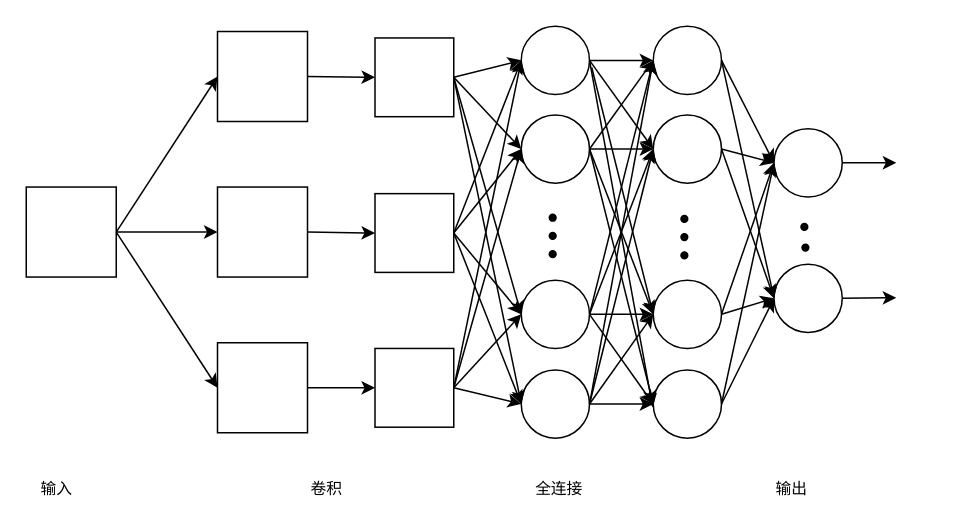
Before: 卷积神经网络.drawio in Liz606/Liz-todos, a draw.io diagram. Source tidied: cells renumbered, new cells numbered last; positions are measured from the earlier drawing's top-left corner, leaving out a move shared by most shapes. Both pictures are drawn from the tidied source at 150%, with x=0, y=0 at pixel (26, 26).
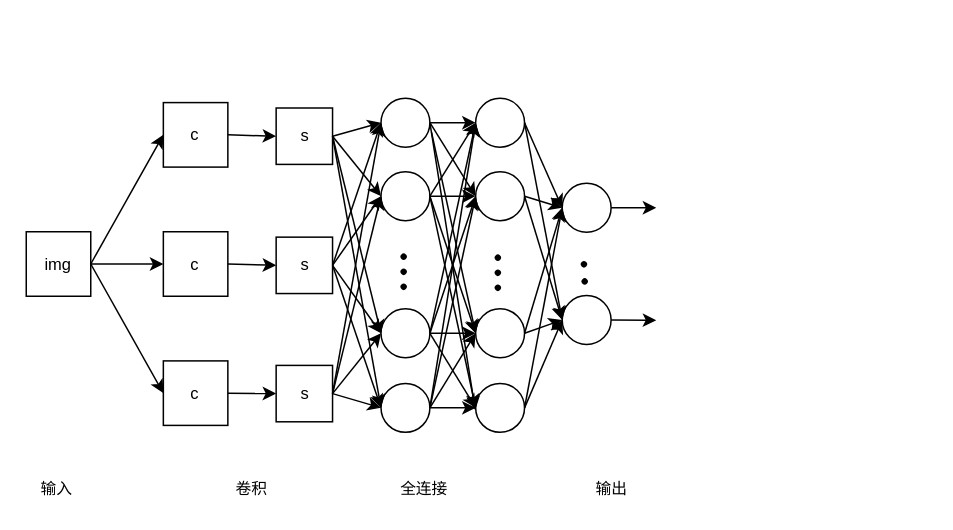
Above is the later version.

Commit message (it also covers changes not shown here):
更新卷积神经网络.drawio

Change to the diagram source:
```diff
@@
     <mxCell id="2" value="卷积" style="text;html=1;align=center;verticalAlign=middle;labelBorderColor=none;fontSize=10.5;" parent="1" vertex="1">
-      <mxGeometry x="180" y="298" width="40" height="20" as="geometry" />
+      <mxGeometry x="130" y="298" width="40" height="20" as="geometry" />
     </mxCell>
     <mxCell id="3" value="全连接" style="text;html=1;align=center;verticalAlign=middle;labelBorderColor=none;fontSize=10.5;" parent="1" vertex="1">
-      <mxGeometry x="330" y="298" width="50" height="20" as="geometry" />
+      <mxGeometry x="240" y="298" width="50" height="20" as="geometry" />
     </mxCell>
     <mxCell id="4" value="输出" style="text;html=1;align=center;verticalAlign=middle;labelBorderColor=none;fontSize=10.5;" parent="1" vertex="1">
-      <mxGeometry x="490" y="298" width="40" height="20" as="geometry" />
+      <mxGeometry x="370" y="298" width="40" height="20" as="geometry" />
     </mxCell>
@@
+    <mxCell id="78" style="group;" parent="1" vertex="1">
+      <mxGeometry y="48" width="430" height="233.6" as="geometry" />
+    </mxCell>
-    <mxCell id="6" style="group;" parent="1" vertex="1">
-      <mxGeometry width="600" height="281.6" as="geometry" />
+    <mxCell id="6" style="group;" parent="78" vertex="1">
+      <mxGeometry width="430" height="233.6" as="geometry" />
     </mxCell>
-    <mxCell id="7" style="whiteSpace=wrap;html=1;rounded=0;fontSize=11;strokeWidth=1;labelBackgroundColor=#ffffff;endArrow=classic;" parent="6" vertex="1">
-      <mxGeometry y="107.2" width="60" height="60" as="geometry" />
+    <mxCell id="7" value="img" style="whiteSpace=wrap;html=1;rounded=0;fontSize=11;strokeWidth=1;labelBackgroundColor=#ffffff;endArrow=classic;" parent="6" vertex="1">
+      <mxGeometry y="89" width="43" height="43" as="geometry" />
     </mxCell>
-    <mxCell id="8" style="whiteSpace=wrap;html=1;rounded=0;fontSize=11;strokeWidth=1;labelBackgroundColor=#ffffff;endArrow=classic;" parent="6" vertex="1">
-      <mxGeometry x="127.5" y="3.5" width="60" height="60" as="geometry" />
+    <mxCell id="8" value="c" style="whiteSpace=wrap;html=1;rounded=0;fontSize=11;strokeWidth=1;labelBackgroundColor=#ffffff;endArrow=classic;" parent="6" vertex="1">
+      <mxGeometry x="91.4" y="2.9" width="43" height="43" as="geometry" />
     </mxCell>
@@
-    <mxCell id="10" style="whiteSpace=wrap;html=1;rounded=0;fontSize=11;strokeWidth=1;labelBackgroundColor=#ffffff;endArrow=classic;" parent="6" vertex="1">
-      <mxGeometry x="127.5" y="107.2" width="60" height="60" as="geometry" />
+    <mxCell id="10" value="c" style="whiteSpace=wrap;html=1;rounded=0;fontSize=11;strokeWidth=1;labelBackgroundColor=#ffffff;endArrow=classic;" parent="6" vertex="1">
+      <mxGeometry x="91.4" y="89" width="43" height="43" as="geometry" />
     </mxCell>
@@
-    <mxCell id="13" style="whiteSpace=wrap;html=1;rounded=0;fontSize=11;strokeWidth=1;labelBackgroundColor=#ffffff;endArrow=classic;" parent="6" vertex="1">
-      <mxGeometry x="127.5" y="211" width="60" height="60" as="geometry" />
+    <mxCell id="13" value="c" style="whiteSpace=wrap;html=1;rounded=0;fontSize=11;strokeWidth=1;labelBackgroundColor=#ffffff;endArrow=classic;" parent="6" vertex="1">
+      <mxGeometry x="91.4" y="175.1" width="43" height="43" as="geometry" />
     </mxCell>
@@
-    <mxCell id="15" style="whiteSpace=wrap;html=1;rounded=0;fontSize=11;strokeWidth=1;labelBackgroundColor=#ffffff;endArrow=classic;" parent="6" vertex="1">
-      <mxGeometry x="232.5" y="7.8" width="52.5" height="52.5" as="geometry" />
+    <mxCell id="15" value="s" style="whiteSpace=wrap;html=1;rounded=0;fontSize=11;strokeWidth=1;labelBackgroundColor=#ffffff;endArrow=classic;" parent="6" vertex="1">
+      <mxGeometry x="166.6" y="6.5" width="37.6" height="37.6" as="geometry" />
     </mxCell>
@@
-    <mxCell id="18" style="whiteSpace=wrap;html=1;rounded=0;fontSize=11;strokeWidth=1;labelBackgroundColor=#ffffff;endArrow=classic;" parent="6" vertex="1">
-      <mxGeometry x="232.5" y="111.6" width="52.5" height="52.5" as="geometry" />
+    <mxCell id="18" value="s" style="whiteSpace=wrap;html=1;rounded=0;fontSize=11;strokeWidth=1;labelBackgroundColor=#ffffff;endArrow=classic;" parent="6" vertex="1">
+      <mxGeometry x="166.6" y="92.6" width="37.6" height="37.6" as="geometry" />
     </mxCell>
@@
-    <mxCell id="20" style="whiteSpace=wrap;html=1;rounded=0;fontSize=11;strokeWidth=1;labelBackgroundColor=#ffffff;endArrow=classic;" parent="6" vertex="1">
-      <mxGeometry x="232.5" y="214.8" width="52.5" height="52.5" as="geometry" />
+    <mxCell id="20" value="s" style="whiteSpace=wrap;html=1;rounded=0;fontSize=11;strokeWidth=1;labelBackgroundColor=#ffffff;endArrow=classic;" parent="6" vertex="1">
+      <mxGeometry x="166.6" y="178.1" width="37.6" height="37.6" as="geometry" />
     </mxCell>
@@
     <mxCell id="22" style="ellipse;whiteSpace=wrap;html=1;strokeWidth=1;" parent="6" vertex="1">
-      <mxGeometry x="330" width="45.5" height="45.5" as="geometry" />
+      <mxGeometry x="236.5" width="32.6" height="32.6" as="geometry" />
     </mxCell>
@@
     <mxCell id="25" style="ellipse;whiteSpace=wrap;html=1;strokeWidth=1;" parent="6" vertex="1">
-      <mxGeometry x="330" y="59.1" width="45.5" height="45.5" as="geometry" />
+      <mxGeometry x="236.5" y="49" width="32.6" height="32.6" as="geometry" />
     </mxCell>
@@
     <mxCell id="29" style="ellipse;whiteSpace=wrap;html=1;strokeWidth=1;" parent="6" vertex="1">
-      <mxGeometry x="330" y="169.3" width="45.5" height="45.5" as="geometry" />
+      <mxGeometry x="236.5" y="140.4" width="32.6" height="32.6" as="geometry" />
     </mxCell>
@@
     <mxCell id="33" style="ellipse;whiteSpace=wrap;html=1;strokeWidth=1;" parent="6" vertex="1">
-      <mxGeometry x="330" y="229.1" width="45.5" height="45.5" as="geometry" />
+      <mxGeometry x="236.5" y="190.1" width="32.6" height="32.6" as="geometry" />
     </mxCell>
@@
     <mxCell id="37" style="ellipse;whiteSpace=wrap;html=1;strokeWidth=1;" parent="6" vertex="1">
-      <mxGeometry x="418" width="45.5" height="45.5" as="geometry" />
+      <mxGeometry x="299.6" width="32.6" height="32.6" as="geometry" />
     </mxCell>
     <mxCell id="38" style="edgeStyle=none;rounded=0;jettySize=auto;html=1;exitX=1;exitY=0.5;exitDx=0;exitDy=0;strokeWidth=1;entryX=0;entryY=0.5;entryDx=0;entryDy=0;" parent="6" edge="1" source="33" target="37">
-      <mxGeometry x="330" as="geometry" />
+      <mxGeometry x="236.5" as="geometry" />
     </mxCell>
     <mxCell id="39" style="edgeStyle=none;rounded=0;jettySize=auto;html=1;exitX=1;exitY=0.5;exitDx=0;exitDy=0;entryX=0;entryY=0.5;entryDx=0;entryDy=0;strokeWidth=1;" parent="6" edge="1" source="22" target="37">
-      <mxGeometry x="330" as="geometry" />
+      <mxGeometry x="236.5" as="geometry" />
     </mxCell>
     <mxCell id="40" style="edgeStyle=none;rounded=0;jettySize=auto;html=1;entryX=0;entryY=0.5;entryDx=0;entryDy=0;strokeWidth=1;exitX=1;exitY=0.5;exitDx=0;exitDy=0;" parent="6" edge="1" source="25" target="37">
-      <mxGeometry x="330" as="geometry" />
+      <mxGeometry x="236.5" as="geometry" />
     </mxCell>
     <mxCell id="41" style="ellipse;whiteSpace=wrap;html=1;strokeWidth=1;" parent="6" vertex="1">
-      <mxGeometry x="418" y="169.3" width="45.5" height="45.5" as="geometry" />
+      <mxGeometry x="299.6" y="140.4" width="32.6" height="32.6" as="geometry" />
     </mxCell>
     <mxCell id="42" style="rounded=0;jettySize=auto;html=1;entryX=0;entryY=0.5;entryDx=0;entryDy=0;strokeWidth=1;exitX=1;exitY=0.5;exitDx=0;exitDy=0;" parent="6" edge="1" source="25" target="41">
-      <mxGeometry x="330" as="geometry" />
+      <mxGeometry x="236.5" as="geometry" />
     </mxCell>
     <mxCell id="43" style="edgeStyle=none;rounded=0;jettySize=auto;html=1;exitX=1;exitY=0.5;exitDx=0;exitDy=0;entryX=0;entryY=0.5;entryDx=0;entryDy=0;strokeWidth=1;" parent="6" edge="1" source="33" target="41">
-      <mxGeometry x="330" as="geometry" />
+      <mxGeometry x="236.5" as="geometry" />
     </mxCell>
     <mxCell id="44" style="ellipse;whiteSpace=wrap;html=1;strokeWidth=1;" parent="6" vertex="1">
-      <mxGeometry x="418" y="229.1" width="45.5" height="45.5" as="geometry" />
+      <mxGeometry x="299.6" y="190.1" width="32.6" height="32.6" as="geometry" />
     </mxCell>
     <mxCell id="45" style="ellipse;whiteSpace=wrap;html=1;strokeWidth=1;" parent="6" vertex="1">
-      <mxGeometry x="498.5" y="68.3" width="45.5" height="45.5" as="geometry" />
+      <mxGeometry x="357.3" y="56.7" width="32.6" height="32.6" as="geometry" />
     </mxCell>
     <mxCell id="46" style="edgeStyle=none;rounded=0;jettySize=auto;html=1;exitX=1;exitY=0.5;exitDx=0;exitDy=0;entryX=0;entryY=0.5;entryDx=0;entryDy=0;strokeWidth=1;" parent="6" edge="1" source="41" target="45">
-      <mxGeometry x="330" as="geometry" />
+      <mxGeometry x="236.5" as="geometry" />
     </mxCell>
     <mxCell id="47" style="ellipse;whiteSpace=wrap;html=1;strokeWidth=1;" parent="6" vertex="1">
-      <mxGeometry x="498.5" y="158.6" width="45.5" height="45.5" as="geometry" />
+      <mxGeometry x="357.3" y="131.5" width="32.6" height="32.6" as="geometry" />
     </mxCell>
     <mxCell id="48" style="edgeStyle=none;rounded=0;jettySize=auto;html=1;exitX=1;exitY=0.5;exitDx=0;exitDy=0;strokeWidth=1;entryX=0;entryY=0.5;entryDx=0;entryDy=0;" parent="6" edge="1" source="37" target="47">
-      <mxGeometry x="330" as="geometry" />
+      <mxGeometry x="236.5" as="geometry" />
     </mxCell>
     <mxCell id="49" style="edgeStyle=none;rounded=0;jettySize=auto;html=1;strokeWidth=1;entryX=0;entryY=0.5;entryDx=0;entryDy=0;" parent="6" edge="1" target="41">
-      <mxGeometry x="330" as="geometry">
-        <mxPoint x="377" y="27.5" as="sourcePoint" />
+      <mxGeometry x="236.5" as="geometry">
+        <mxPoint x="270.2" y="22.8" as="sourcePoint" />
       </mxGeometry>
     </mxCell>
     <mxCell id="50" style="edgeStyle=none;rounded=0;jettySize=auto;html=1;exitX=1;exitY=0.5;exitDx=0;exitDy=0;strokeWidth=1;entryX=0;entryY=0.5;entryDx=0;entryDy=0;" parent="6" edge="1" source="44" target="47">
-      <mxGeometry x="330" as="geometry" />
+      <mxGeometry x="236.5" as="geometry" />
     </mxCell>
     <mxCell id="51" style="edgeStyle=none;rounded=0;jettySize=auto;html=1;entryX=0;entryY=0.5;entryDx=0;entryDy=0;strokeWidth=1;exitX=1;exitY=0.5;exitDx=0;exitDy=0;" parent="6" edge="1" source="44" target="45">
-      <mxGeometry x="330" as="geometry" />
+      <mxGeometry x="236.5" as="geometry" />
     </mxCell>
     <mxCell id="52" style="edgeStyle=none;rounded=0;jettySize=auto;html=1;exitX=1;exitY=0.5;exitDx=0;exitDy=0;strokeWidth=1;entryX=0;entryY=0.5;entryDx=0;entryDy=0;" parent="6" edge="1" source="41" target="47">
-      <mxGeometry x="330" as="geometry" />
+      <mxGeometry x="236.5" as="geometry" />
     </mxCell>
     <mxCell id="53" style="edgeStyle=none;rounded=0;jettySize=auto;html=1;exitX=1;exitY=0.5;exitDx=0;exitDy=0;strokeWidth=1;entryX=0;entryY=0.5;entryDx=0;entryDy=0;" parent="6" edge="1" source="37" target="45">
-      <mxGeometry x="330" as="geometry" />
+      <mxGeometry x="236.5" as="geometry" />
     </mxCell>
     <mxCell id="54" style="edgeStyle=none;rounded=0;jettySize=auto;html=1;exitX=1;exitY=0.5;exitDx=0;exitDy=0;strokeWidth=1;entryX=0;entryY=0.5;entryDx=0;entryDy=0;" parent="6" edge="1" source="29" target="41">
-      <mxGeometry x="330" as="geometry" />
+      <mxGeometry x="236.5" as="geometry" />
     </mxCell>
     <mxCell id="55" style="edgeStyle=none;rounded=0;jettySize=auto;html=1;exitX=1;exitY=0.5;exitDx=0;exitDy=0;strokeWidth=1;entryX=0;entryY=0.5;entryDx=0;entryDy=0;" parent="6" edge="1" source="29" target="37">
-      <mxGeometry x="330" as="geometry" />
+      <mxGeometry x="236.5" as="geometry" />
     </mxCell>
     <mxCell id="56" style="edgeStyle=none;rounded=0;jettySize=auto;html=1;exitX=1;exitY=0.5;exitDx=0;exitDy=0;entryX=0;entryY=0.5;entryDx=0;entryDy=0;strokeWidth=1;" parent="6" edge="1" source="29" target="44">
-      <mxGeometry x="330" as="geometry" />
+      <mxGeometry x="236.5" as="geometry" />
     </mxCell>
     <mxCell id="57" style="edgeStyle=none;rounded=0;jettySize=auto;html=1;exitX=1;exitY=0.5;exitDx=0;exitDy=0;strokeWidth=1;entryX=0;entryY=0.5;entryDx=0;entryDy=0;" parent="6" edge="1" source="25" target="44">
-      <mxGeometry x="330" as="geometry" />
+      <mxGeometry x="236.5" as="geometry" />
     </mxCell>
     <mxCell id="58" style="edgeStyle=none;rounded=0;jettySize=auto;html=1;exitX=1;exitY=0.5;exitDx=0;exitDy=0;entryX=0;entryY=0.5;entryDx=0;entryDy=0;strokeWidth=1;" parent="6" edge="1" source="33" target="44">
-      <mxGeometry x="330" as="geometry" />
+      <mxGeometry x="236.5" as="geometry" />
     </mxCell>
     <mxCell id="59" style="edgeStyle=none;rounded=0;jettySize=auto;html=1;exitX=1;exitY=0.5;exitDx=0;exitDy=0;strokeWidth=1;entryX=-0.008;entryY=0.548;entryDx=0;entryDy=0;entryPerimeter=0;" parent="6" edge="1" source="22" target="44">
-      <mxGeometry x="330" as="geometry" />
+      <mxGeometry x="236.5" as="geometry" />
     </mxCell>
     <mxCell id="60" style="edgeStyle=none;rounded=0;jettySize=auto;html=1;exitX=1;exitY=0.5;exitDx=0;exitDy=0;entryX=0;entryY=0.5;entryDx=0;entryDy=0;strokeWidth=1;" parent="6" edge="1" source="62" target="47">
-      <mxGeometry x="330" as="geometry" />
+      <mxGeometry x="236.5" as="geometry" />
     </mxCell>
     <mxCell id="61" style="edgeStyle=none;rounded=0;jettySize=auto;html=1;exitX=1;exitY=0.5;exitDx=0;exitDy=0;strokeWidth=1;entryX=0;entryY=0.5;entryDx=0;entryDy=0;" parent="6" edge="1" source="62" target="45">
-      <mxGeometry x="330" as="geometry" />
+      <mxGeometry x="236.5" as="geometry" />
     </mxCell>
     <mxCell id="62" style="ellipse;whiteSpace=wrap;html=1;strokeWidth=1;" parent="6" vertex="1">
-      <mxGeometry x="418" y="59.1" width="45.5" height="45.5" as="geometry" />
+      <mxGeometry x="299.6" y="49" width="32.6" height="32.6" as="geometry" />
     </mxCell>
     <mxCell id="63" style="group;rotation=45;" parent="6" vertex="1">
-      <mxGeometry x="341.2" y="128.9" width="19.5" height="22.5" as="geometry" />
+      <mxGeometry x="244.6" y="106.9" width="14" height="18.7" as="geometry" />
     </mxCell>
     <mxCell id="64" style="ellipse;whiteSpace=wrap;html=1;strokeWidth=1;labelBackgroundColor=#000000;fillColor=#000000;rotation=45;" parent="63" vertex="1">
-      <mxGeometry x="7.5" y="-3.5" width="4.5" height="4.5" as="geometry" />
+      <mxGeometry x="5.4" y="-2.9" width="3.2" height="3.2" as="geometry" />
     </mxCell>
     <mxCell id="65" style="ellipse;whiteSpace=wrap;html=1;strokeWidth=1;labelBackgroundColor=#000000;fillColor=#000000;rotation=45;" parent="63" vertex="1">
-      <mxGeometry x="7.5" y="8.6" width="4.5" height="4.5" as="geometry" />
+      <mxGeometry x="5.4" y="7.2" width="3.2" height="3.2" as="geometry" />
     </mxCell>
     <mxCell id="66" style="ellipse;whiteSpace=wrap;html=1;strokeWidth=1;labelBackgroundColor=#000000;fillColor=#000000;direction=south;rotation=45;" parent="63" vertex="1">
-      <mxGeometry x="7.5" y="20.8" width="4.5" height="4.5" as="geometry" />
+      <mxGeometry x="5.4" y="17.2" width="3.2" height="3.2" as="geometry" />
     </mxCell>
     <mxCell id="67" style="group;rotation=45;" parent="6" vertex="1">
-      <mxGeometry x="429" y="129.7" width="19.5" height="22.5" as="geometry" />
+      <mxGeometry x="307.4" y="107.6" width="14" height="18.7" as="geometry" />
     </mxCell>
     <mxCell id="68" style="ellipse;whiteSpace=wrap;html=1;strokeWidth=1;labelBackgroundColor=#000000;fillColor=#000000;rotation=45;" parent="67" vertex="1">
-      <mxGeometry x="7.5" y="-3.5" width="4.5" height="4.5" as="geometry" />
+      <mxGeometry x="5.4" y="-2.9" width="3.2" height="3.2" as="geometry" />
     </mxCell>
     <mxCell id="69" style="ellipse;whiteSpace=wrap;html=1;strokeWidth=1;labelBackgroundColor=#000000;fillColor=#000000;rotation=45;" parent="67" vertex="1">
-      <mxGeometry x="7.5" y="8.6" width="4.5" height="4.5" as="geometry" />
+      <mxGeometry x="5.4" y="7.2" width="3.2" height="3.2" as="geometry" />
     </mxCell>
     <mxCell id="70" style="ellipse;whiteSpace=wrap;html=1;strokeWidth=1;labelBackgroundColor=#000000;fillColor=#000000;direction=south;rotation=45;" parent="67" vertex="1">
-      <mxGeometry x="7.5" y="20.8" width="4.5" height="4.5" as="geometry" />
+      <mxGeometry x="5.4" y="17.2" width="3.2" height="3.2" as="geometry" />
     </mxCell>
     <mxCell id="71" style="ellipse;whiteSpace=wrap;html=1;strokeWidth=1;labelBackgroundColor=#000000;fillColor=#000000;rotation=45;" parent="6" vertex="1">
-      <mxGeometry x="516.5" y="131.5" width="4.5" height="4.5" as="geometry" />
+      <mxGeometry x="370.2" y="109.1" width="3.2" height="3.2" as="geometry" />
     </mxCell>
     <mxCell id="72" style="ellipse;whiteSpace=wrap;html=1;strokeWidth=1;labelBackgroundColor=#000000;fillColor=#000000;rotation=45;" parent="6" vertex="1">
-      <mxGeometry x="517.2" y="145.3" width="4.5" height="4.5" as="geometry" />
+      <mxGeometry x="370.7" y="120.5" width="3.2" height="3.2" as="geometry" />
     </mxCell>
     <mxCell id="73" style="edgeStyle=none;rounded=0;jettySize=auto;html=1;exitX=1;exitY=0.5;exitDx=0;exitDy=0;entryX=0;entryY=0.5;entryDx=0;entryDy=0;strokeWidth=1;" parent="6" edge="1" source="22" target="62">
-      <mxGeometry x="330" as="geometry" />
+      <mxGeometry x="236.5" as="geometry" />
     </mxCell>
     <mxCell id="74" style="edgeStyle=none;rounded=0;jettySize=auto;html=1;exitX=1;exitY=0.5;exitDx=0;exitDy=0;entryX=0;entryY=0.5;entryDx=0;entryDy=0;strokeWidth=1;" parent="6" edge="1" source="25" target="62">
-      <mxGeometry x="330" as="geometry" />
+      <mxGeometry x="236.5" as="geometry" />
     </mxCell>
     <mxCell id="75" style="edgeStyle=none;rounded=0;jettySize=auto;html=1;exitX=1;exitY=0.5;exitDx=0;exitDy=0;entryX=0;entryY=0.5;entryDx=0;entryDy=0;strokeWidth=1;" parent="6" edge="1" source="33" target="62">
-      <mxGeometry x="330" as="geometry" />
+      <mxGeometry x="236.5" as="geometry" />
     </mxCell>
-    <mxCell id="76" style="edgeStyle=none;rounded=0;jettySize=auto;html=1;exitX=1;exitY=0.5;exitDx=0;exitDy=0;strokeWidth=1;fontSize=10.5;" parent="1" edge="1" source="45">
-      <mxGeometry relative="1" as="geometry">
-        <mxPoint x="580" y="91" as="targetPoint" />
-      </mxGeometry>
-    </mxCell>
-    <mxCell id="77" style="edgeStyle=none;rounded=0;jettySize=auto;html=1;exitX=1;exitY=0.5;exitDx=0;exitDy=0;strokeWidth=1;fontSize=10.5;" parent="1" edge="1" source="47">
-      <mxGeometry relative="1" as="geometry">
-        <mxPoint x="580" y="181" as="targetPoint" />
-      </mxGeometry>
-    </mxCell>
+    <mxCell id="79" style="edgeStyle=none;rounded=0;jettySize=auto;html=1;exitX=1;exitY=0.5;exitDx=0;exitDy=0;strokeWidth=1;fontSize=10.5;" parent="1" edge="1" source="45">
+      <mxGeometry relative="1" as="geometry">
+        <mxPoint x="420" y="121" as="targetPoint" />
+      </mxGeometry>
+    </mxCell>
+    <mxCell id="80" style="edgeStyle=none;rounded=0;jettySize=auto;html=1;exitX=1;exitY=0.5;exitDx=0;exitDy=0;strokeWidth=1;fontSize=10.5;" parent="1" edge="1" source="47">
+      <mxGeometry relative="1" as="geometry">
+        <mxPoint x="420" y="196" as="targetPoint" />
+      </mxGeometry>
+    </mxCell>
```
